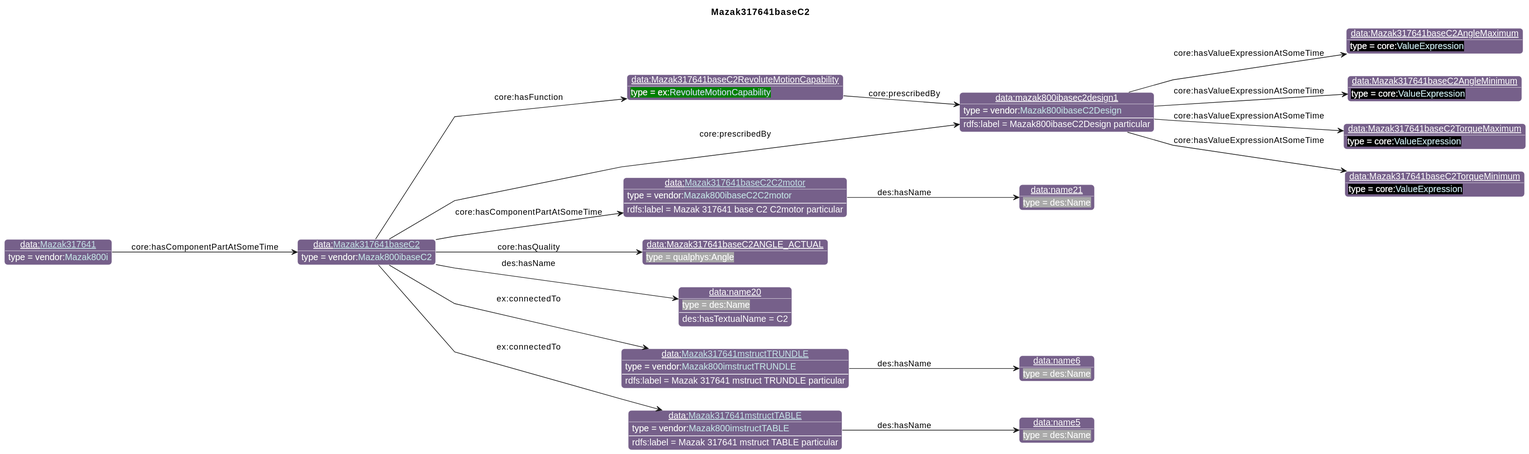
Earlier version of the PlantUML export diagrams/Mazak317641baseC2.svg (iofoundry/example-syseng-mtconnect).
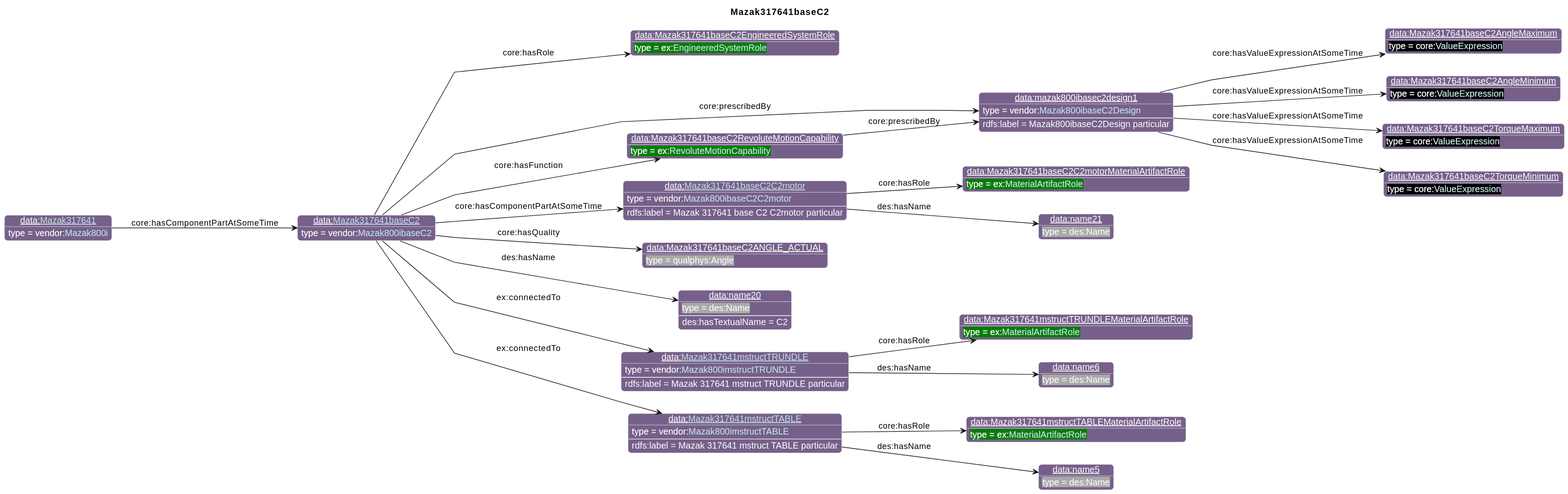
The same file after the commit.

Change to the diagram source:
```diff
@@ -26,40 +26,48 @@
                       "qp":"641B2E"
       }
 individual(o0, data:[[./Mazak317641baseC2.html Mazak317641baseC2]], vendor:[[../Mazak.html#Mazak800ibaseC2 Mazak800ibaseC2]])
-individual(o1, data:mazak800ibasec2design1, vendor:[[../Mazak.html#Mazak800ibaseC2Design Mazak800ibaseC2Design]])
-individual(o2, data:Mazak317641baseC2AngleMaximum, core:[[https://spec.industrialontologies.org/ontology/core/Core/ValueExpression ValueExpression]])
-individual(o3, data:Mazak317641baseC2AngleMinimum, core:[[https://spec.industrialontologies.org/ontology/core/Core/ValueExpression ValueExpression]])
-individual(o4, data:Mazak317641baseC2TorqueMaximum, core:[[https://spec.industrialontologies.org/ontology/core/Core/ValueExpression ValueExpression]])
-individual(o5, data:Mazak317641baseC2TorqueMinimum, core:[[https://spec.industrialontologies.org/ontology/core/Core/ValueExpression ValueExpression]])
-individual(o6, data:[[./Mazak317641baseC2C2motor.html Mazak317641baseC2C2motor]], vendor:[[../Mazak.html#Mazak800ibaseC2C2motor Mazak800ibaseC2C2motor]])
-individual(o7, data:name21, des:Name)
-individual(o8, data:Mazak317641baseC2RevoluteMotionCapability, ex:[[../Example.html#RevoluteMotionCapability RevoluteMotionCapability]])
-individual(o9, data:Mazak317641baseC2ANGLE_ACTUAL, qualphys:Angle)
-individual(o10, data:name20, des:Name)
-individual(o11, data:[[./Mazak317641mstructTRUNDLE.html Mazak317641mstructTRUNDLE]], vendor:[[../Mazak.html#Mazak800imstructTRUNDLE Mazak800imstructTRUNDLE]])
-individual(o12, data:name6, des:Name)
-individual(o13, data:[[./Mazak317641mstructTABLE.html Mazak317641mstructTABLE]], vendor:[[../Mazak.html#Mazak800imstructTABLE Mazak800imstructTABLE]])
-individual(o14, data:name5, des:Name)
-individual(o15, data:[[./Mazak317641.html Mazak317641]], vendor:[[../Mazak.html#Mazak800i Mazak800i]])
-property(o0, "core:prescribedBy", o1)
-data(o1, "rdfs:label", "Mazak800ibaseC2Design particular")
-property(o1, "core:hasValueExpressionAtSomeTime", o2)
-property(o1, "core:hasValueExpressionAtSomeTime", o3)
-property(o1, "core:hasValueExpressionAtSomeTime", o4)
-property(o1, "core:hasValueExpressionAtSomeTime", o5)
-property(o0, "core:hasComponentPartAtSomeTime", o6)
-data(o6, "rdfs:label", "Mazak 317641 base C2 C2motor particular")
-property(o6, "des:hasName", o7)
-property(o0, "core:hasFunction", o8)
-property(o8, "core:prescribedBy", o1)
-property(o0, "core:hasQuality", o9)
-property(o0, "des:hasName", o10)
-data(o10, "des:hasTextualName", "C2")
-property(o0, "ex:connectedTo", o11)
-data(o11, "rdfs:label", "Mazak 317641 mstruct TRUNDLE particular")
-property(o11, "des:hasName", o12)
+individual(o1, data:Mazak317641baseC2EngineeredSystemRole, ex:[[../Example.html#EngineeredSystemRole EngineeredSystemRole]])
+individual(o2, data:mazak800ibasec2design1, vendor:[[../Mazak.html#Mazak800ibaseC2Design Mazak800ibaseC2Design]])
+individual(o3, data:Mazak317641baseC2AngleMaximum, core:[[https://spec.industrialontologies.org/ontology/core/Core/ValueExpression ValueExpression]])
+individual(o4, data:Mazak317641baseC2AngleMinimum, core:[[https://spec.industrialontologies.org/ontology/core/Core/ValueExpression ValueExpression]])
+individual(o5, data:Mazak317641baseC2TorqueMaximum, core:[[https://spec.industrialontologies.org/ontology/core/Core/ValueExpression ValueExpression]])
+individual(o6, data:Mazak317641baseC2TorqueMinimum, core:[[https://spec.industrialontologies.org/ontology/core/Core/ValueExpression ValueExpression]])
+individual(o7, data:[[./Mazak317641baseC2C2motor.html Mazak317641baseC2C2motor]], vendor:[[../Mazak.html#Mazak800ibaseC2C2motor Mazak800ibaseC2C2motor]])
+individual(o8, data:Mazak317641baseC2C2motorMaterialArtifactRole, ex:[[../Example.html#MaterialArtifactRole MaterialArtifactRole]])
+individual(o9, data:name21, des:Name)
+individual(o10, data:Mazak317641baseC2RevoluteMotionCapability, ex:[[../Example.html#RevoluteMotionCapability RevoluteMotionCapability]])
+individual(o11, data:Mazak317641baseC2ANGLE_ACTUAL, qualphys:Angle)
+individual(o12, data:name20, des:Name)
+individual(o13, data:[[./Mazak317641mstructTRUNDLE.html Mazak317641mstructTRUNDLE]], vendor:[[../Mazak.html#Mazak800imstructTRUNDLE Mazak800imstructTRUNDLE]])
+individual(o14, data:Mazak317641mstructTRUNDLEMaterialArtifactRole, ex:[[../Example.html#MaterialArtifactRole MaterialArtifactRole]])
+individual(o15, data:name6, des:Name)
+individual(o16, data:[[./Mazak317641mstructTABLE.html Mazak317641mstructTABLE]], vendor:[[../Mazak.html#Mazak800imstructTABLE Mazak800imstructTABLE]])
+individual(o17, data:Mazak317641mstructTABLEMaterialArtifactRole, ex:[[../Example.html#MaterialArtifactRole MaterialArtifactRole]])
+individual(o18, data:name5, des:Name)
+individual(o19, data:[[./Mazak317641.html Mazak317641]], vendor:[[../Mazak.html#Mazak800i Mazak800i]])
+property(o0, "core:hasRole", o1)
+property(o0, "core:prescribedBy", o2)
+data(o2, "rdfs:label", "Mazak800ibaseC2Design particular")
+property(o2, "core:hasValueExpressionAtSomeTime", o3)
+property(o2, "core:hasValueExpressionAtSomeTime", o4)
+property(o2, "core:hasValueExpressionAtSomeTime", o5)
+property(o2, "core:hasValueExpressionAtSomeTime", o6)
+property(o0, "core:hasComponentPartAtSomeTime", o7)
+data(o7, "rdfs:label", "Mazak 317641 base C2 C2motor particular")
+property(o7, "core:hasRole", o8)
+property(o7, "des:hasName", o9)
+property(o0, "core:hasFunction", o10)
+property(o10, "core:prescribedBy", o2)
+property(o0, "core:hasQuality", o11)
+property(o0, "des:hasName", o12)
+data(o12, "des:hasTextualName", "C2")
 property(o0, "ex:connectedTo", o13)
-data(o13, "rdfs:label", "Mazak 317641 mstruct TABLE particular")
-property(o13, "des:hasName", o14)
-property(o15, "core:hasComponentPartAtSomeTime", o0)
+data(o13, "rdfs:label", "Mazak 317641 mstruct TRUNDLE particular")
+property(o13, "core:hasRole", o14)
+property(o13, "des:hasName", o15)
+property(o0, "ex:connectedTo", o16)
+data(o16, "rdfs:label", "Mazak 317641 mstruct TABLE particular")
+property(o16, "core:hasRole", o17)
+property(o16, "des:hasName", o18)
+property(o19, "core:hasComponentPartAtSomeTime", o0)
 @enduml
```
